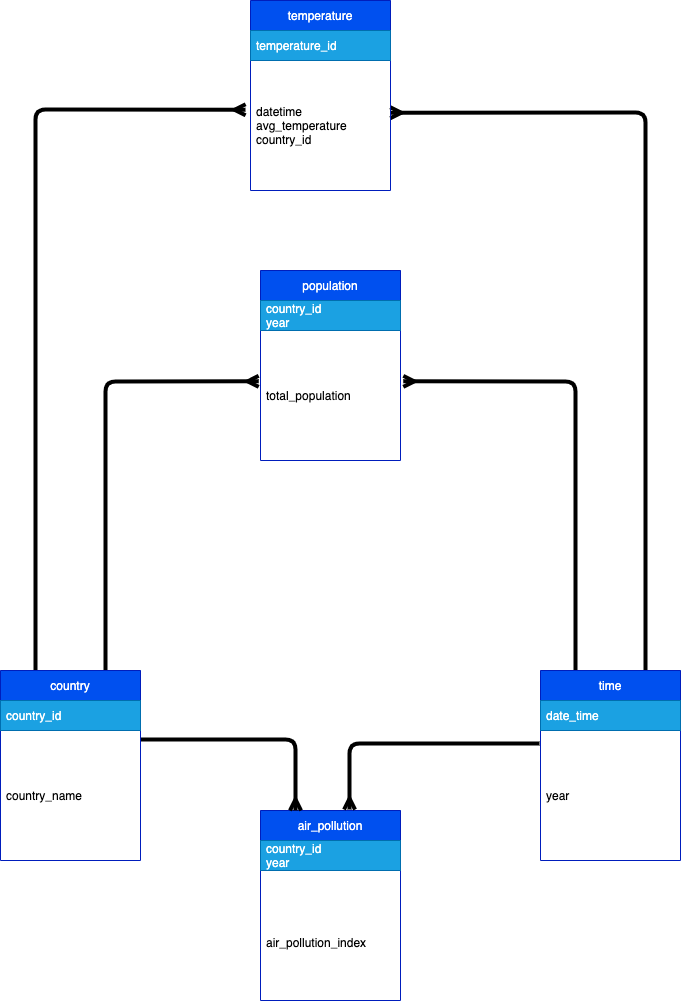
Above: docs/images/er.drawio.png in fabioba/data-climate-pipeline (draw.io), before the change. Source tidied: cells renumbered, new cells last; positions are measured from the earlier drawing's top-left corner, leaving out a move shared by most shapes.
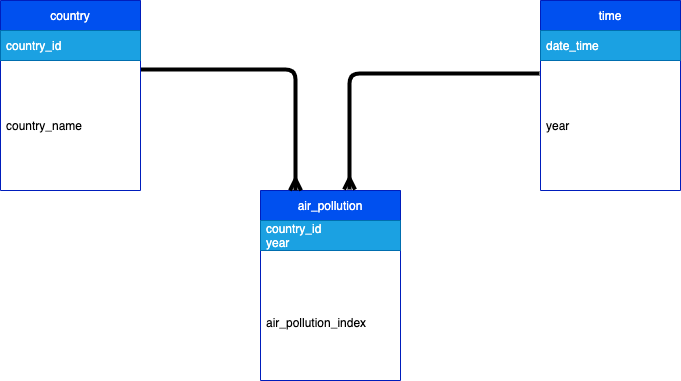
The same file after the commit.

The edit, as a diff of the source:
```diff
@@ -3,7 +3,7 @@
     <mxCell id="0" />
     <mxCell id="1" parent="0" />
     <mxCell id="2" value="air_pollution" style="swimlane;fontStyle=0;horizontal=1;startSize=30;fillColor=#0050ef;fontColor=#ffffff;strokeColor=#001DBC;" parent="1" vertex="1">
-      <mxGeometry x="260" y="810" width="140" height="190" as="geometry" />
+      <mxGeometry x="260" y="860" width="140" height="190" as="geometry" />
     </mxCell>
     <mxCell id="3" value="country_id&#10;year" style="text;strokeColor=#006EAF;fillColor=#1ba1e2;align=left;verticalAlign=middle;spacingLeft=4;spacingRight=4;overflow=hidden;fontColor=#ffffff;" parent="2" vertex="1">
       <mxGeometry y="30" width="140" height="30" as="geometry" />
@@ -18,20 +18,6 @@
         </Array>
       </mxGeometry>
     </mxCell>
-    <mxCell id="6" style="edgeStyle=none;html=1;entryX=-0.035;entryY=0.379;entryDx=0;entryDy=0;entryPerimeter=0;endArrow=ERmany;endFill=0;strokeColor=#000000;strokeWidth=4;exitX=0.25;exitY=0;exitDx=0;exitDy=0;" parent="1" edge="1" source="8" target="19">
-      <mxGeometry relative="1" as="geometry">
-        <Array as="points">
-          <mxPoint x="35" y="109" />
-        </Array>
-      </mxGeometry>
-    </mxCell>
-    <mxCell id="7" style="edgeStyle=none;html=1;entryX=-0.013;entryY=0.391;entryDx=0;entryDy=0;entryPerimeter=0;endArrow=ERmany;endFill=0;strokeColor=#000000;strokeWidth=4;exitX=0.75;exitY=0;exitDx=0;exitDy=0;" parent="1" edge="1" source="8" target="22">
-      <mxGeometry relative="1" as="geometry">
-        <Array as="points">
-          <mxPoint x="105" y="381" />
-        </Array>
-      </mxGeometry>
-    </mxCell>
     <mxCell id="8" value="country" style="swimlane;fontStyle=0;horizontal=1;startSize=30;fillColor=#0050ef;fontColor=#ffffff;strokeColor=#001DBC;" parent="1" vertex="1">
       <mxGeometry y="670" width="140" height="190" as="geometry" />
     </mxCell>
@@ -41,20 +27,6 @@
     <mxCell id="10" value="country_name" style="text;strokeColor=none;fillColor=none;align=left;verticalAlign=middle;spacingLeft=4;spacingRight=4;overflow=hidden;points=[[0,0.5],[1,0.5]];portConstraint=eastwest;" parent="8" vertex="1">
       <mxGeometry y="60" width="140" height="130" as="geometry" />
     </mxCell>
-    <mxCell id="11" style="edgeStyle=none;html=1;entryX=0.998;entryY=0.402;entryDx=0;entryDy=0;entryPerimeter=0;strokeColor=#000000;strokeWidth=4;endArrow=ERmany;endFill=0;exitX=0.75;exitY=0;exitDx=0;exitDy=0;" parent="1" edge="1" source="13" target="19">
-      <mxGeometry relative="1" as="geometry">
-        <Array as="points">
-          <mxPoint x="645" y="112" />
-        </Array>
-      </mxGeometry>
-    </mxCell>
-    <mxCell id="12" style="edgeStyle=none;html=1;entryX=1.02;entryY=0.391;entryDx=0;entryDy=0;entryPerimeter=0;endArrow=ERmany;endFill=0;strokeColor=#000000;strokeWidth=4;exitX=0.25;exitY=0;exitDx=0;exitDy=0;" parent="1" edge="1" source="13" target="22">
-      <mxGeometry relative="1" as="geometry">
-        <Array as="points">
-          <mxPoint x="575" y="381" />
-        </Array>
-      </mxGeometry>
-    </mxCell>
     <mxCell id="13" value="time" style="swimlane;fontStyle=0;horizontal=1;startSize=30;fillColor=#0050ef;fontColor=#ffffff;strokeColor=#001DBC;" parent="1" vertex="1">
       <mxGeometry x="540" y="670" width="140" height="190" as="geometry" />
     </mxCell>
@@ -71,23 +43,5 @@
         </Array>
       </mxGeometry>
     </mxCell>
-    <mxCell id="17" value="temperature" style="swimlane;fontStyle=0;horizontal=1;startSize=30;fillColor=#0050ef;fontColor=#ffffff;strokeColor=#001DBC;" parent="1" vertex="1">
-      <mxGeometry x="250" width="140" height="190" as="geometry" />
-    </mxCell>
-    <mxCell id="18" value="temperature_id" style="text;strokeColor=#006EAF;fillColor=#1ba1e2;align=left;verticalAlign=middle;spacingLeft=4;spacingRight=4;overflow=hidden;fontColor=#ffffff;" parent="17" vertex="1">
-      <mxGeometry y="30" width="140" height="30" as="geometry" />
-    </mxCell>
-    <mxCell id="19" value="datetime&#10;avg_temperature&#10;country_id" style="text;strokeColor=none;fillColor=none;align=left;verticalAlign=middle;spacingLeft=4;spacingRight=4;overflow=hidden;points=[[0,0.5],[1,0.5]];portConstraint=eastwest;" parent="17" vertex="1">
-      <mxGeometry y="60" width="140" height="130" as="geometry" />
-    </mxCell>
-    <mxCell id="20" value="population" style="swimlane;fontStyle=0;horizontal=1;startSize=30;fillColor=#0050ef;fontColor=#ffffff;strokeColor=#001DBC;" parent="1" vertex="1">
-      <mxGeometry x="260" y="270" width="140" height="190" as="geometry" />
-    </mxCell>
-    <mxCell id="21" value="country_id&#10;year" style="text;strokeColor=#006EAF;fillColor=#1ba1e2;align=left;verticalAlign=middle;spacingLeft=4;spacingRight=4;overflow=hidden;fontColor=#ffffff;" parent="20" vertex="1">
-      <mxGeometry y="30" width="140" height="30" as="geometry" />
-    </mxCell>
-    <mxCell id="22" value="total_population" style="text;strokeColor=none;fillColor=none;align=left;verticalAlign=middle;spacingLeft=4;spacingRight=4;overflow=hidden;points=[[0,0.5],[1,0.5]];portConstraint=eastwest;" parent="20" vertex="1">
-      <mxGeometry y="60" width="140" height="130" as="geometry" />
-    </mxCell>
   </root>
 </mxGraphModel>
```
